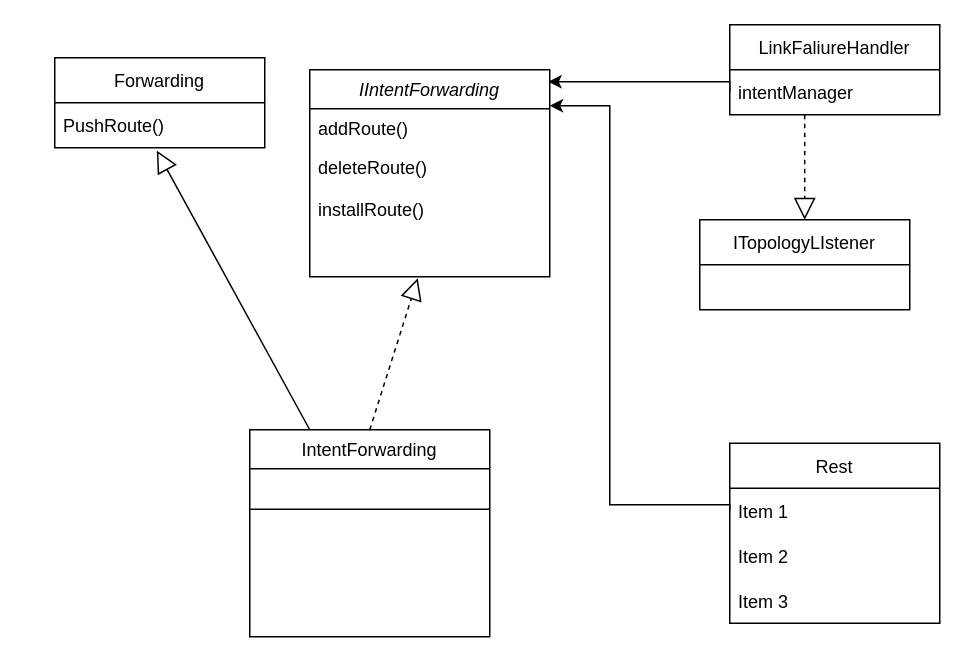
The draw.io diagram documentation/diagrams/UML.drawio in fraie98/IntentBasedApplication, before the edit. Source tidied: cells renumbered, new cells numbered last; positions are measured from the earlier drawing's top-left corner, leaving out a move shared by most shapes. Both pictures are drawn from the tidied source at 150%, with x=0, y=0 at pixel (54, 24).
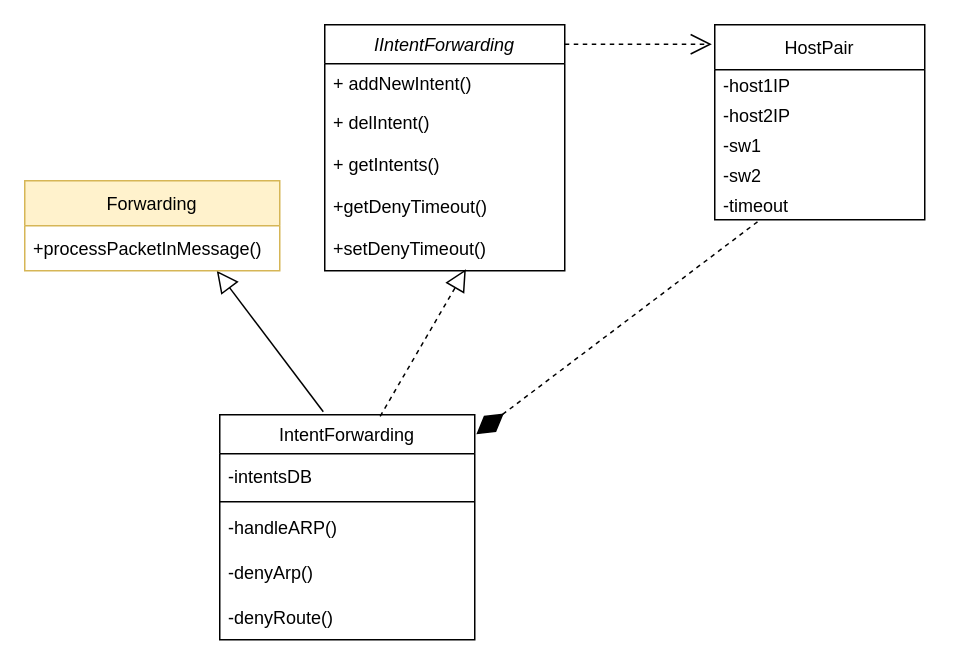
The same diagram, later.

Commit message (it also covers changes not shown here):
update class diagram

What changed in the source:
```diff
@@
     <mxCell id="2" value="IIntentForwarding" style="swimlane;fontStyle=2;align=center;verticalAlign=top;horizontal=1;startSize=26;rounded=0;shadow=0;strokeWidth=1;" parent="1" vertex="1">
-      <mxGeometry x="170" y="30" width="160" height="138" as="geometry" />
+      <mxGeometry x="180" width="160" height="164" as="geometry" />
     </mxCell>
-    <mxCell id="3" value="addRoute()" style="text;align=left;verticalAlign=top;spacingLeft=4;spacingRight=4;overflow=hidden;points=[[0,0.5],[1,0.5]];portConstraint=eastwest;rounded=0;shadow=0;html=0;" parent="2" vertex="1">
+    <mxCell id="3" value="+ addNewIntent()" style="text;align=left;verticalAlign=top;spacingLeft=4;spacingRight=4;overflow=hidden;points=[[0,0.5],[1,0.5]];portConstraint=eastwest;rounded=0;shadow=0;html=0;" parent="2" vertex="1">
       <mxGeometry y="26" width="160" height="26" as="geometry" />
     </mxCell>
-    <mxCell id="4" value="deleteRoute()&#10;" style="text;align=left;verticalAlign=top;spacingLeft=4;spacingRight=4;overflow=hidden;rounded=0;shadow=0;html=0;" parent="2" vertex="1">
+    <mxCell id="4" value="+ delIntent()&#10;" style="text;align=left;verticalAlign=top;spacingLeft=4;spacingRight=4;overflow=hidden;rounded=0;shadow=0;html=0;" parent="2" vertex="1">
       <mxGeometry y="52" width="160" height="28" as="geometry" />
     </mxCell>
-    <mxCell id="5" value="installRoute()&#10;" style="text;align=left;verticalAlign=top;spacingLeft=4;spacingRight=4;overflow=hidden;rounded=0;shadow=0;html=0;" parent="2" vertex="1">
+    <mxCell id="5" value="+ getIntents()&#10;" style="text;align=left;verticalAlign=top;spacingLeft=4;spacingRight=4;overflow=hidden;rounded=0;shadow=0;html=0;" parent="2" vertex="1">
       <mxGeometry y="80" width="160" height="28" as="geometry" />
     </mxCell>
+    <mxCell id="22" value="+getDenyTimeout()" style="text;align=left;verticalAlign=top;spacingLeft=4;spacingRight=4;overflow=hidden;rounded=0;shadow=0;html=0;" parent="2" vertex="1">
+      <mxGeometry y="108" width="160" height="28" as="geometry" />
+    </mxCell>
+    <mxCell id="23" value="+setDenyTimeout()" style="text;align=left;verticalAlign=top;spacingLeft=4;spacingRight=4;overflow=hidden;points=[[0,0.5],[1,0.5]];portConstraint=eastwest;rounded=0;shadow=0;html=0;" parent="2" vertex="1">
+      <mxGeometry y="136" width="160" height="28" as="geometry" />
+    </mxCell>
     <mxCell id="6" value="IntentForwarding" style="swimlane;fontStyle=0;align=center;verticalAlign=top;horizontal=1;startSize=26;rounded=0;shadow=0;strokeWidth=1;" parent="1" vertex="1">
-      <mxGeometry x="130" y="270" width="160" height="138" as="geometry" />
+      <mxGeometry x="110" y="260" width="170" height="150" as="geometry" />
     </mxCell>
+    <mxCell id="24" value="-intentsDB" style="text;strokeColor=none;fillColor=none;align=left;verticalAlign=middle;spacingLeft=4;spacingRight=4;overflow=hidden;" parent="6" vertex="1">
+      <mxGeometry y="26" width="170" height="30" as="geometry" />
+    </mxCell>
     <mxCell id="7" style="line;html=1;strokeWidth=1;align=left;verticalAlign=middle;spacingTop=-1;spacingLeft=3;spacingRight=3;labelPosition=right;" parent="6" vertex="1">
-      <mxGeometry y="26" width="160" height="54" as="geometry" />
+      <mxGeometry y="56" width="170" height="4" as="geometry" />
     </mxCell>
+    <mxCell id="25" value="-handleARP()" style="text;strokeColor=none;fillColor=none;align=left;verticalAlign=middle;spacingLeft=4;spacingRight=4;overflow=hidden;" parent="6" vertex="1">
+      <mxGeometry y="60" width="170" height="30" as="geometry" />
+    </mxCell>
+    <mxCell id="26" value="-denyArp()" style="text;strokeColor=none;fillColor=none;align=left;verticalAlign=middle;spacingLeft=4;spacingRight=4;overflow=hidden;" parent="6" vertex="1">
+      <mxGeometry y="90" width="170" height="30" as="geometry" />
+    </mxCell>
+    <mxCell id="27" value="-denyRoute()" style="text;strokeColor=none;fillColor=none;align=left;verticalAlign=middle;spacingLeft=4;spacingRight=4;overflow=hidden;" parent="6" vertex="1">
+      <mxGeometry y="120" width="170" height="30" as="geometry" />
+    </mxCell>
-    <mxCell id="8" style="endArrow=block;dashed=1;endFill=0;endSize=12;html=1;rounded=0;exitX=0.5;exitY=0;exitDx=0;exitDy=0;entryX=0.45;entryY=1.038;entryDx=0;entryDy=0;entryPerimeter=0;" parent="1" edge="1" source="6">
-      <mxGeometry relative="1" as="geometry">
-        <mxPoint x="242" y="169" as="targetPoint" />
-      </mxGeometry>
+    <mxCell id="8" style="endArrow=block;dashed=1;endFill=0;endSize=12;html=1;rounded=0;exitX=0.629;exitY=0.007;exitDx=0;exitDy=0;exitPerimeter=0;entryX=0.588;entryY=0.964;entryDx=0;entryDy=0;entryPerimeter=0;" parent="1" edge="1" source="6" target="23">
+      <mxGeometry relative="1" as="geometry" />
     </mxCell>
-    <mxCell id="9" style="edgeStyle=orthogonalEdgeStyle;rounded=0;jettySize=auto;html=1;exitX=0;exitY=0.5;exitDx=0;exitDy=0;entryX=0.994;entryY=0.058;entryDx=0;entryDy=0;entryPerimeter=0;" parent="1" edge="1" source="11" target="2">
-      <mxGeometry relative="1" as="geometry">
-        <Array as="points">
-          <mxPoint x="450" y="38" />
-        </Array>
-      </mxGeometry>
-    </mxCell>
-    <mxCell id="10" value="LinkFaliureHandler" style="swimlane;fontStyle=0;horizontal=1;startSize=30;" parent="1" vertex="1">
-      <mxGeometry x="450" width="140" height="60" as="geometry" />
-    </mxCell>
-    <mxCell id="11" value="intentManager" style="text;strokeColor=none;fillColor=none;align=left;verticalAlign=middle;spacingLeft=4;spacingRight=4;overflow=hidden;points=[[0,0.5],[1,0.5]];portConstraint=eastwest;" parent="10" vertex="1">
-      <mxGeometry y="30" width="140" height="30" as="geometry" />
-    </mxCell>
-    <mxCell id="12" style="endArrow=block;dashed=1;endFill=0;endSize=12;html=1;rounded=0;exitX=0.357;exitY=1;exitDx=0;exitDy=0;exitPerimeter=0;" parent="1" edge="1" source="11" target="13">
-      <mxGeometry relative="1" as="geometry" />
-    </mxCell>
-    <mxCell id="13" value="ITopologyLIstener" style="swimlane;fontStyle=0;horizontal=1;startSize=30;" parent="1" vertex="1">
-      <mxGeometry x="430" y="130" width="140" height="60" as="geometry" />
-    </mxCell>
-    <mxCell id="14" style="endArrow=block;endFill=0;endSize=12;html=1;rounded=0;exitX=0.25;exitY=0;exitDx=0;exitDy=0;entryX=0.486;entryY=1.067;entryDx=0;entryDy=0;entryPerimeter=0;" parent="1" edge="1" source="6" target="16">
+    <mxCell id="14" style="endArrow=block;endFill=0;endSize=12;html=1;rounded=0;exitX=0.406;exitY=-0.013;exitDx=0;exitDy=0;entryX=0.753;entryY=1;entryDx=0;entryDy=0;entryPerimeter=0;exitPerimeter=0;" parent="1" edge="1" source="6" target="16">
       <mxGeometry relative="1" as="geometry" />
     </mxCell>
-    <mxCell id="15" value="Forwarding" style="swimlane;fontStyle=0;horizontal=1;startSize=30;" parent="1" vertex="1">
-      <mxGeometry y="22" width="140" height="60" as="geometry" />
+    <mxCell id="15" value="Forwarding" style="swimlane;fontStyle=0;horizontal=1;startSize=30;fillColor=#fff2cc;strokeColor=#d6b656;" parent="1" vertex="1">
+      <mxGeometry x="-20" y="104" width="170" height="60" as="geometry" />
     </mxCell>
-    <mxCell id="16" value="PushRoute()" style="text;strokeColor=none;fillColor=none;align=left;verticalAlign=middle;spacingLeft=4;spacingRight=4;overflow=hidden;points=[[0,0.5],[1,0.5]];portConstraint=eastwest;" parent="15" vertex="1">
-      <mxGeometry y="30" width="140" height="30" as="geometry" />
+    <mxCell id="16" value="+processPacketInMessage()" style="text;strokeColor=none;fillColor=none;align=left;verticalAlign=middle;spacingLeft=4;spacingRight=4;overflow=hidden;points=[[0,0.5],[1,0.5]];portConstraint=eastwest;" parent="15" vertex="1">
+      <mxGeometry y="30" width="170" height="30" as="geometry" />
     </mxCell>
-    <mxCell id="17" value="Rest" style="swimlane;fontStyle=0;horizontal=1;startSize=30;" parent="1" vertex="1">
-      <mxGeometry x="450" y="279" width="140" height="120" as="geometry" />
-    </mxCell>
-    <mxCell id="18" value="Item 1" style="text;strokeColor=none;fillColor=none;align=left;verticalAlign=middle;spacingLeft=4;spacingRight=4;overflow=hidden;points=[[0,0.5],[1,0.5]];portConstraint=eastwest;" parent="17" vertex="1">
-      <mxGeometry y="30" width="140" height="30" as="geometry" />
-    </mxCell>
-    <mxCell id="19" value="Item 2" style="text;strokeColor=none;fillColor=none;align=left;verticalAlign=middle;spacingLeft=4;spacingRight=4;overflow=hidden;" parent="17" vertex="1">
-      <mxGeometry y="60" width="140" height="30" as="geometry" />
-    </mxCell>
-    <mxCell id="20" value="Item 3" style="text;strokeColor=none;fillColor=none;align=left;verticalAlign=middle;spacingLeft=4;spacingRight=4;overflow=hidden;" parent="17" vertex="1">
-      <mxGeometry y="90" width="140" height="30" as="geometry" />
-    </mxCell>
-    <mxCell id="21" style="edgeStyle=orthogonalEdgeStyle;rounded=0;jettySize=auto;html=1;exitX=0;exitY=0.5;exitDx=0;exitDy=0;entryX=1;entryY=-0.077;entryDx=0;entryDy=0;entryPerimeter=0;" parent="1" edge="1" source="18" target="3">
-      <mxGeometry relative="1" as="geometry">
-        <Array as="points">
-          <mxPoint x="450" y="320" />
-          <mxPoint x="370" y="320" />
-          <mxPoint x="370" y="54" />
-        </Array>
-      </mxGeometry>
-    </mxCell>
+    <mxCell id="28" value="HostPair" style="swimlane;fontStyle=0;horizontal=1;startSize=30;" parent="1" vertex="1">
+      <mxGeometry x="440" width="140" height="130" as="geometry" />
+    </mxCell>
+    <mxCell id="29" value="-host1IP" style="text;strokeColor=none;fillColor=none;align=left;verticalAlign=middle;spacingLeft=4;spacingRight=4;overflow=hidden;fontSize=12;spacing=2;" parent="28" vertex="1">
+      <mxGeometry y="30" width="140" height="20" as="geometry" />
+    </mxCell>
+    <mxCell id="30" value="-host2IP" style="text;strokeColor=none;fillColor=none;align=left;verticalAlign=middle;spacingLeft=4;spacingRight=4;overflow=hidden;fontSize=12;spacing=2;" parent="28" vertex="1">
+      <mxGeometry y="50" width="140" height="20" as="geometry" />
+    </mxCell>
+    <mxCell id="31" value="-sw1" style="text;strokeColor=none;fillColor=none;align=left;verticalAlign=middle;spacingLeft=4;spacingRight=4;overflow=hidden;fontSize=12;spacing=2;" parent="28" vertex="1">
+      <mxGeometry y="70" width="140" height="20" as="geometry" />
+    </mxCell>
+    <mxCell id="32" value="-sw2" style="text;strokeColor=none;fillColor=none;align=left;verticalAlign=middle;spacingLeft=4;spacingRight=4;overflow=hidden;fontSize=12;spacing=2;" parent="28" vertex="1">
+      <mxGeometry y="90" width="140" height="20" as="geometry" />
+    </mxCell>
+    <mxCell id="33" value="-timeout" style="text;strokeColor=none;fillColor=none;align=left;verticalAlign=middle;spacingLeft=4;spacingRight=4;overflow=hidden;points=[[0,0.5],[1,0.5]];portConstraint=eastwest;fontSize=12;spacing=2;" parent="28" vertex="1">
+      <mxGeometry y="110" width="140" height="20" as="geometry" />
+    </mxCell>
+    <mxCell id="34" style="rounded=0;jettySize=auto;html=1;dashed=1;endArrow=open;endFill=0;endSize=12;entryX=-0.014;entryY=0.1;entryDx=0;entryDy=0;entryPerimeter=0;" parent="1" edge="1" target="28">
+      <mxGeometry relative="1" as="geometry">
+        <mxPoint x="340" y="13" as="sourcePoint" />
+      </mxGeometry>
+    </mxCell>
+    <mxCell id="35" style="edgeStyle=none;rounded=0;jettySize=auto;html=1;exitX=1.006;exitY=0.087;exitDx=0;exitDy=0;entryX=0.207;entryY=1.05;entryDx=0;entryDy=0;entryPerimeter=0;dashed=1;startArrow=diamondThin;startFill=1;endArrow=none;endFill=0;startSize=20;endSize=12;targetPerimeterSpacing=0;exitPerimeter=0;" parent="1" edge="1" source="6" target="33">
+      <mxGeometry relative="1" as="geometry" />
+    </mxCell>
```
